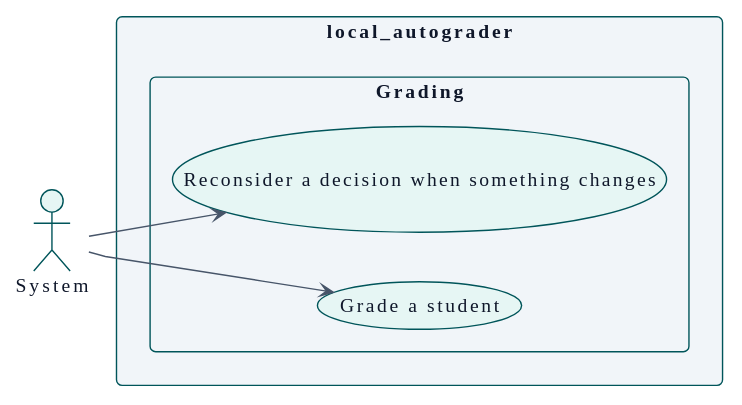
This is docs/es/technical/requirements/use-cases-system.svg from didactika/moodle-local_autograder, a PlantUML export, as it was before one commit. Its diagram source:
```plantuml
@startuml
!theme plain
skinparam backgroundColor #FFFFFF
skinparam defaultFontName IBM Plex Sans
skinparam defaultFontSize 14
skinparam defaultFontColor #0F172A
skinparam shadowing false
skinparam packageStyle rectangle
skinparam ArrowFontSize 12
skinparam ClassAttributeIconSize 0
skinparam roundCorner 8
skinparam ArrowColor #475569
skinparam ArrowFontColor #0F172A
skinparam NoteBackgroundColor #FDF3DC
skinparam NoteBorderColor #00555A
skinparam NoteFontColor #0F172A
skinparam class {
  BackgroundColor #E6F6F4
  BorderColor #00555A
  FontColor #0F172A
}
skinparam entity {
  BackgroundColor #E6F6F4
  BorderColor #00555A
  FontColor #0F172A
}
skinparam participant {
  BackgroundColor #E6F6F4
  BorderColor #00555A
  FontColor #0F172A
}
skinparam actor {
  BackgroundColor #E6F6F4
  BorderColor #00555A
  FontColor #0F172A
}
skinparam database {
  BackgroundColor #E6F6F4
  BorderColor #00555A
  FontColor #0F172A
}
skinparam component {
  BackgroundColor #E6F6F4
  BorderColor #00555A
  FontColor #0F172A
}
skinparam node {
  BackgroundColor #E6F6F4
  BorderColor #00555A
  FontColor #0F172A
}
skinparam usecase {
  BackgroundColor #E6F6F4
  BorderColor #00555A
  FontColor #0F172A
}
skinparam interface {
  BackgroundColor #E6F6F4
  BorderColor #00555A
  FontColor #0F172A
}
skinparam state {
  BackgroundColor #E6F6F4
  BorderColor #00555A
  FontColor #0F172A
  StartColor #475569
  EndColor #475569
  ArrowColor #475569
}
skinparam package {
  BackgroundColor #F1F5F9
  BorderColor #00555A
  FontColor #0F172A
}
skinparam sequence {
  LifeLineBorderColor #475569
  LifeLineBackgroundColor #E6F6F4
  ArrowColor #475569
  GroupBorderColor #00555A
  GroupBackgroundColor #F1F5F9
}
skinparam package<<level1>> {
  BackgroundColor #A7DDD5
  BorderColor #00555A
  FontColor #0F172A
}
skinparam package<<level2>> {
  BackgroundColor #C8EEE9
  BorderColor #00555A
  FontColor #0F172A
}
skinparam package<<level3>> {
  BackgroundColor #E6F6F4
  BorderColor #00555A
  FontColor #0F172A
}
skinparam package<<level4>> {
  BackgroundColor #F4FBFA
  BorderColor #00555A
  FontColor #0F172A
}
hide <<level1>> stereotype
hide <<level2>> stereotype
hide <<level3>> stereotype
hide <<level4>> stereotype
skinparam linetype polyline
left to right direction

actor "System" as A_System

rectangle "local_autograder" {
  package "Grading" {
    usecase "Grade a student" as UC_gradeStudent
    usecase "Reconsider a decision when something changes" as UC_reconsiderDecision
  }
}

A_System --> UC_gradeStudent
A_System --> UC_reconsiderDecision
@enduml
```
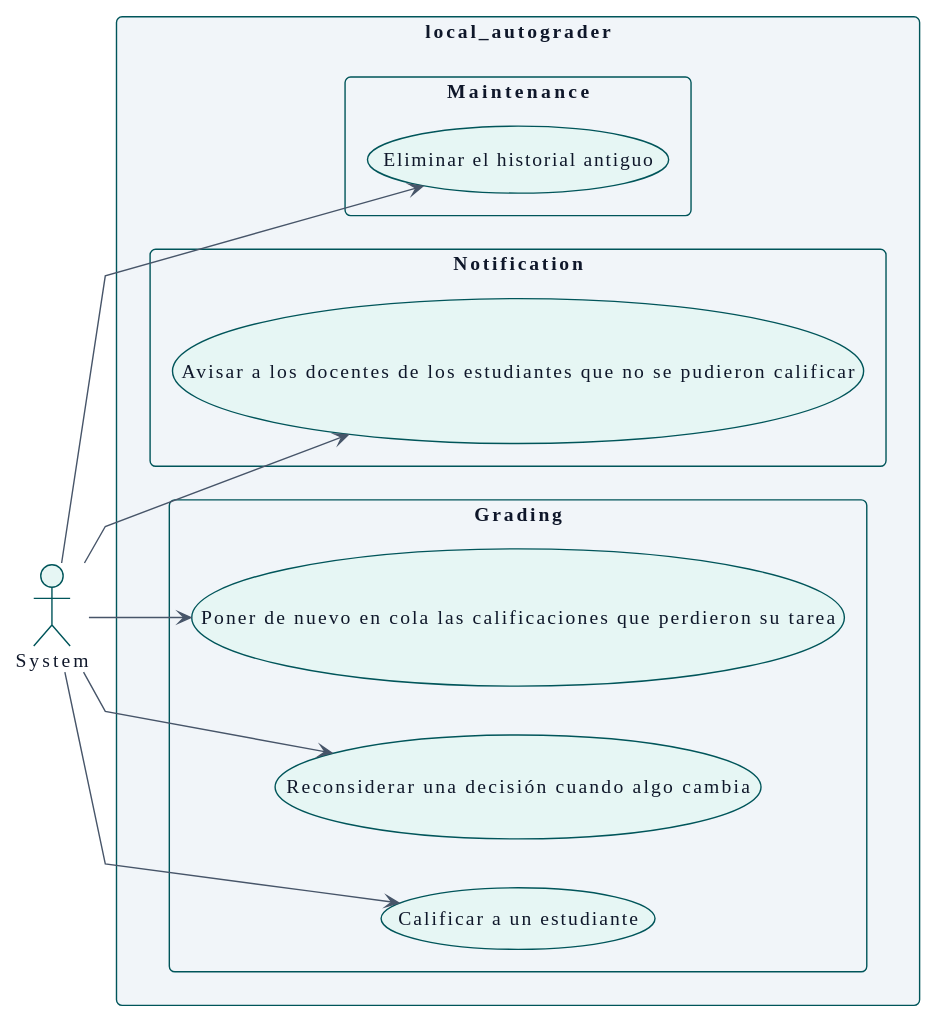
Later version of the same file.

The edit, as a diff of the source:
```diff
@@ -110,11 +110,21 @@
 
 rectangle "local_autograder" {
   package "Grading" {
-    usecase "Grade a student" as UC_gradeStudent
-    usecase "Reconsider a decision when something changes" as UC_reconsiderDecision
+    usecase "Calificar a un estudiante" as UC_gradeStudent
+    usecase "Reconsiderar una decisión cuando algo cambia" as UC_reconsiderDecision
+    usecase "Poner de nuevo en cola las calificaciones que perdieron su tarea" as UC_requeueLostGrades
+  }
+  package "Notification" {
+    usecase "Avisar a los docentes de los estudiantes que no se pudieron calificar" as UC_notifyFailures
+  }
+  package "Maintenance" {
+    usecase "Eliminar el historial antiguo" as UC_purgeHistory
   }
 }
 
 A_System --> UC_gradeStudent
 A_System --> UC_reconsiderDecision
+A_System --> UC_notifyFailures
+A_System --> UC_requeueLostGrades
+A_System --> UC_purgeHistory
 @enduml
```
